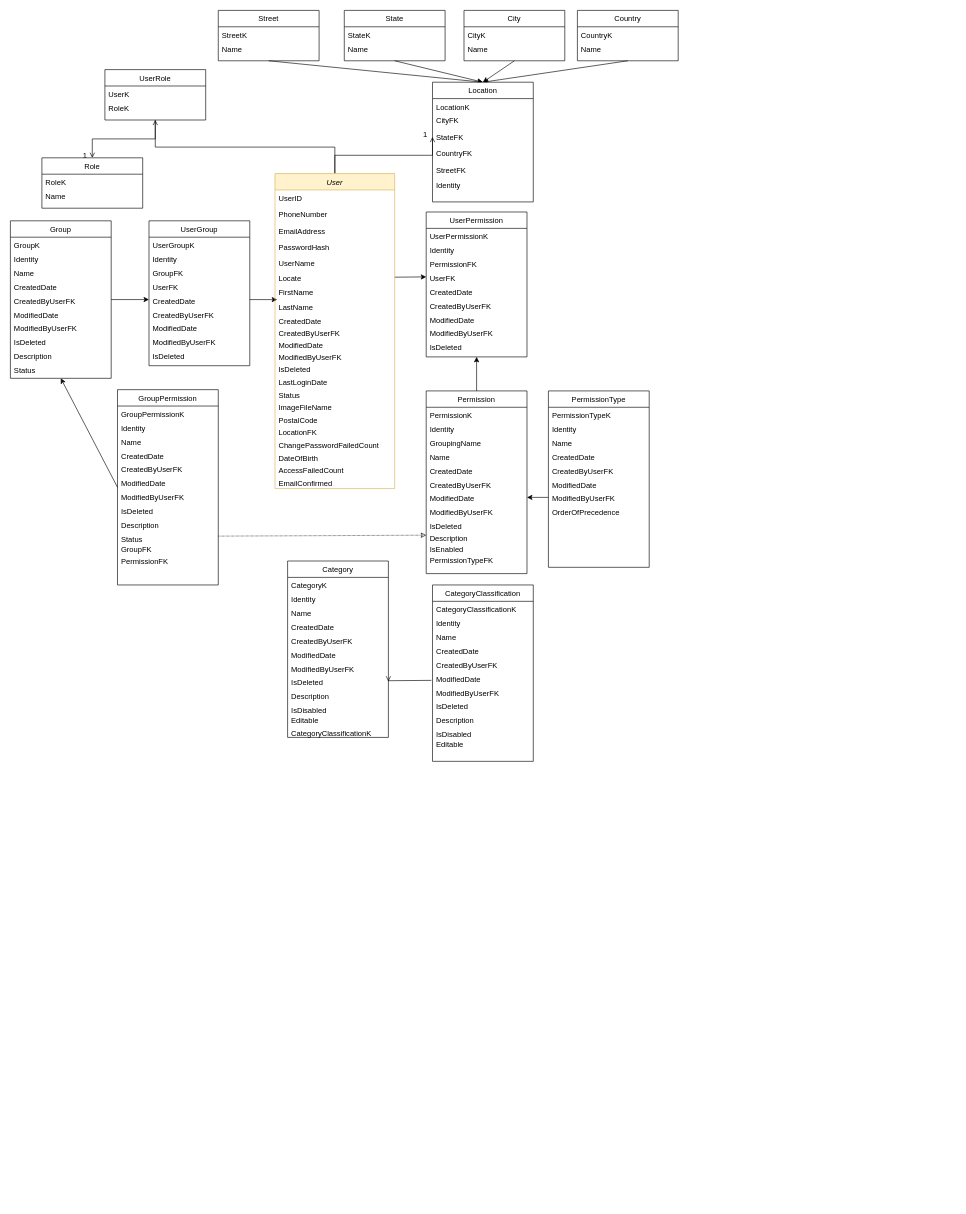
Earlier version of the draw.io diagram Untitled Diagram.drawio (KimPhiJSCDVLP/DemoGitHub). Source tidied: cells renumbered, new cells numbered last; positions are measured from the earlier drawing's top-left corner, leaving out a move shared by most shapes. Both pictures are drawn from the tidied source at 63%, with x=0, y=0 at pixel (10, 10).
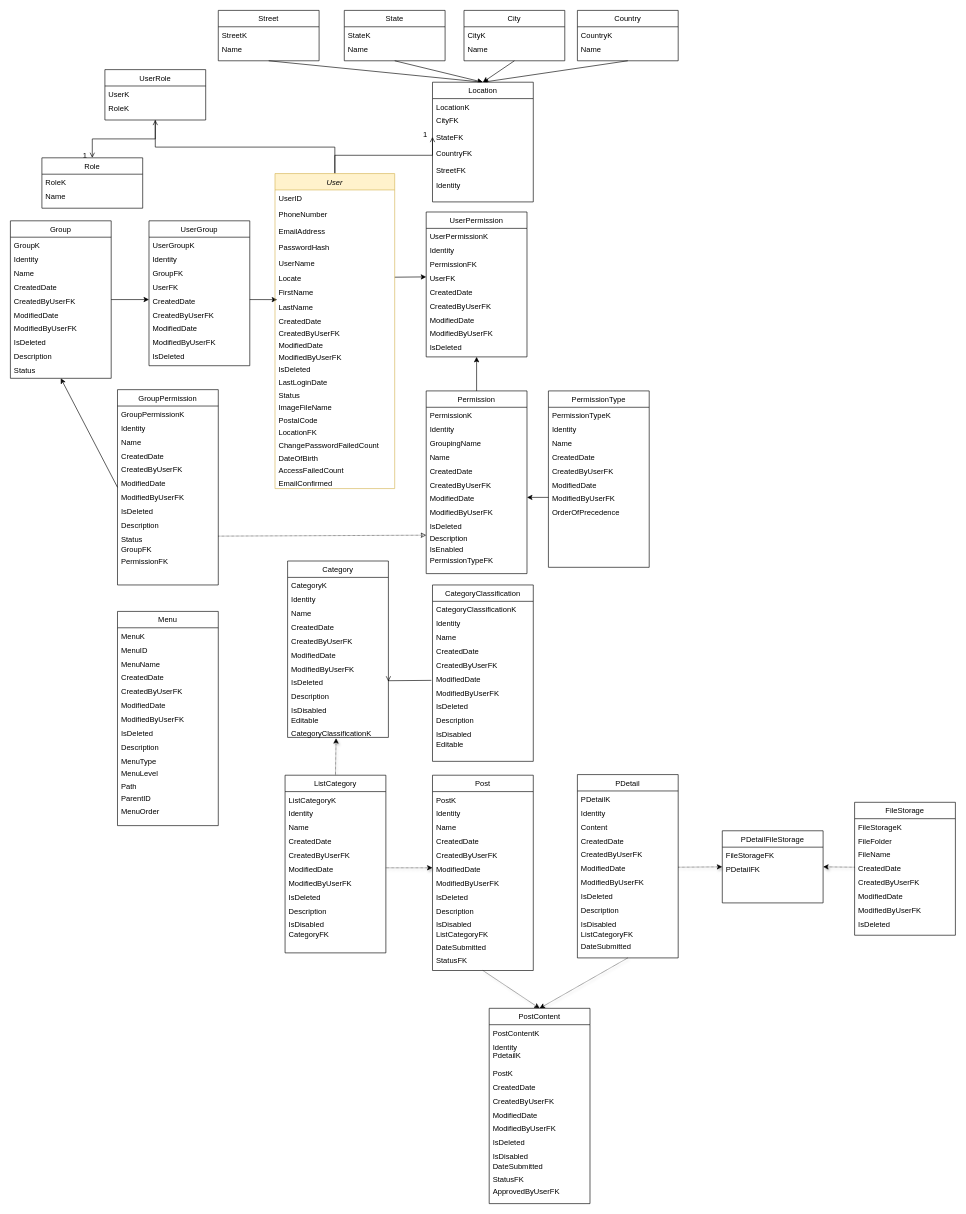
The same diagram, later.

Unchanged cells that the change refers to:
```xml
<mxCell id="144" value="CategoryClassificationK" style="text;align=left;verticalAlign=top;spacingLeft=4;spacingRight=4;overflow=hidden;points=[[0,0.5],[1,0.5]];portConstraint=eastwest;rounded=0;shadow=0;html=0;" parent="132" vertex="1">
  <mxGeometry y="260" width="160" height="20" as="geometry" />
</mxCell>
```

What changed in the source:
```diff
@@
+    <mxCell id="158" value="Menu" style="swimlane;fontStyle=0;align=center;verticalAlign=top;horizontal=1;startSize=26;rounded=0;shadow=0;strokeWidth=1;" parent="1" vertex="1">
+      <mxGeometry x="170" y="954" width="160" height="340" as="geometry" />
+    </mxCell>
+    <mxCell id="159" value="MenuK" style="text;align=left;verticalAlign=top;spacingLeft=4;spacingRight=4;overflow=hidden;" parent="158" vertex="1">
+      <mxGeometry y="26" width="160" height="22" as="geometry" />
+    </mxCell>
+    <mxCell id="160" value="MenuID" style="text;align=left;verticalAlign=top;spacingLeft=4;spacingRight=4;overflow=hidden;rounded=0;shadow=0;html=0;" parent="158" vertex="1">
+      <mxGeometry y="48" width="160" height="22" as="geometry" />
+    </mxCell>
+    <mxCell id="161" value="MenuName" style="text;align=left;verticalAlign=top;spacingLeft=4;spacingRight=4;overflow=hidden;rounded=0;shadow=0;html=0;" parent="158" vertex="1">
+      <mxGeometry y="70" width="160" height="22" as="geometry" />
+    </mxCell>
+    <mxCell id="162" value="CreatedDate" style="text;align=left;verticalAlign=top;spacingLeft=4;spacingRight=4;overflow=hidden;rounded=0;shadow=0;html=0;" parent="158" vertex="1">
+      <mxGeometry y="92" width="160" height="22" as="geometry" />
+    </mxCell>
+    <mxCell id="163" value="CreatedByUserFK" style="text;align=left;verticalAlign=top;spacingLeft=4;spacingRight=4;overflow=hidden;rounded=0;shadow=0;html=0;" parent="158" vertex="1">
+      <mxGeometry y="114" width="160" height="22" as="geometry" />
+    </mxCell>
+    <mxCell id="164" value="ModifiedDate" style="text;align=left;verticalAlign=top;spacingLeft=4;spacingRight=4;overflow=hidden;rounded=0;shadow=0;html=0;" parent="158" vertex="1">
+      <mxGeometry y="136" width="160" height="22" as="geometry" />
+    </mxCell>
+    <mxCell id="165" value="ModifiedByUserFK" style="text;align=left;verticalAlign=top;spacingLeft=4;spacingRight=4;overflow=hidden;rounded=0;shadow=0;html=0;" parent="158" vertex="1">
+      <mxGeometry y="158" width="160" height="22" as="geometry" />
+    </mxCell>
+    <mxCell id="166" value="IsDeleted" style="text;align=left;verticalAlign=top;spacingLeft=4;spacingRight=4;overflow=hidden;rounded=0;shadow=0;html=0;" parent="158" vertex="1">
+      <mxGeometry y="180" width="160" height="22" as="geometry" />
+    </mxCell>
+    <mxCell id="167" value="Description" style="text;align=left;verticalAlign=top;spacingLeft=4;spacingRight=4;overflow=hidden;rounded=0;shadow=0;html=0;" parent="158" vertex="1">
+      <mxGeometry y="202" width="160" height="22" as="geometry" />
+    </mxCell>
+    <mxCell id="168" value="MenuType" style="text;align=left;verticalAlign=top;spacingLeft=4;spacingRight=4;overflow=hidden;rounded=0;shadow=0;html=0;" parent="158" vertex="1">
+      <mxGeometry y="224" width="160" height="20" as="geometry" />
+    </mxCell>
+    <mxCell id="169" value="MenuLevel" style="text;align=left;verticalAlign=top;spacingLeft=4;spacingRight=4;overflow=hidden;rounded=0;shadow=0;html=0;" parent="158" vertex="1">
+      <mxGeometry y="244" width="160" height="20" as="geometry" />
+    </mxCell>
+    <mxCell id="170" value="Path" style="text;align=left;verticalAlign=top;spacingLeft=4;spacingRight=4;overflow=hidden;rounded=0;shadow=0;html=0;" parent="158" vertex="1">
+      <mxGeometry y="264" width="160" height="20" as="geometry" />
+    </mxCell>
+    <mxCell id="171" value="ParentID" style="text;align=left;verticalAlign=top;spacingLeft=4;spacingRight=4;overflow=hidden;rounded=0;shadow=0;html=0;" parent="158" vertex="1">
+      <mxGeometry y="284" width="160" height="20" as="geometry" />
+    </mxCell>
+    <mxCell id="172" value="MenuOrder" style="text;align=left;verticalAlign=top;spacingLeft=4;spacingRight=4;overflow=hidden;rounded=0;shadow=0;html=0;" parent="158" vertex="1">
+      <mxGeometry y="304" width="160" height="20" as="geometry" />
+    </mxCell>
+    <mxCell id="173" style="endArrow=classic;html=1;shadow=1;dashed=1;dashPattern=1 1;entryX=0.481;entryY=1.061;entryDx=0;entryDy=0;entryPerimeter=0;exitX=0.5;exitY=0;exitDx=0;exitDy=0;" parent="1" edge="1" source="203" target="144">
+      <mxGeometry relative="1" as="geometry" />
+    </mxCell>
+    <mxCell id="174" value="Post" style="swimlane;fontStyle=0;align=center;verticalAlign=top;horizontal=1;startSize=26;rounded=0;shadow=0;strokeWidth=1;" parent="1" vertex="1">
+      <mxGeometry x="670" y="1214" width="160" height="310" as="geometry" />
+    </mxCell>
+    <mxCell id="175" value="PostK" style="text;align=left;verticalAlign=top;spacingLeft=4;spacingRight=4;overflow=hidden;" parent="174" vertex="1">
+      <mxGeometry y="26" width="160" height="22" as="geometry" />
+    </mxCell>
+    <mxCell id="176" value="Identity" style="text;align=left;verticalAlign=top;spacingLeft=4;spacingRight=4;overflow=hidden;rounded=0;shadow=0;html=0;" parent="174" vertex="1">
+      <mxGeometry y="48" width="160" height="22" as="geometry" />
+    </mxCell>
+    <mxCell id="177" value="Name" style="text;align=left;verticalAlign=top;spacingLeft=4;spacingRight=4;overflow=hidden;rounded=0;shadow=0;html=0;" parent="174" vertex="1">
+      <mxGeometry y="70" width="160" height="22" as="geometry" />
+    </mxCell>
+    <mxCell id="178" value="CreatedDate" style="text;align=left;verticalAlign=top;spacingLeft=4;spacingRight=4;overflow=hidden;rounded=0;shadow=0;html=0;" parent="174" vertex="1">
+      <mxGeometry y="92" width="160" height="22" as="geometry" />
+    </mxCell>
+    <mxCell id="179" value="CreatedByUserFK" style="text;align=left;verticalAlign=top;spacingLeft=4;spacingRight=4;overflow=hidden;rounded=0;shadow=0;html=0;" parent="174" vertex="1">
+      <mxGeometry y="114" width="160" height="22" as="geometry" />
+    </mxCell>
+    <mxCell id="180" value="ModifiedDate" style="text;align=left;verticalAlign=top;spacingLeft=4;spacingRight=4;overflow=hidden;points=[[0,0.5],[1,0.5]];portConstraint=eastwest;rounded=0;shadow=0;html=0;" parent="174" vertex="1">
+      <mxGeometry y="136" width="160" height="22" as="geometry" />
+    </mxCell>
+    <mxCell id="181" value="ModifiedByUserFK" style="text;align=left;verticalAlign=top;spacingLeft=4;spacingRight=4;overflow=hidden;rounded=0;shadow=0;html=0;" parent="174" vertex="1">
+      <mxGeometry y="158" width="160" height="22" as="geometry" />
+    </mxCell>
+    <mxCell id="182" value="IsDeleted" style="text;align=left;verticalAlign=top;spacingLeft=4;spacingRight=4;overflow=hidden;rounded=0;shadow=0;html=0;" parent="174" vertex="1">
+      <mxGeometry y="180" width="160" height="22" as="geometry" />
+    </mxCell>
+    <mxCell id="183" value="Description" style="text;align=left;verticalAlign=top;spacingLeft=4;spacingRight=4;overflow=hidden;rounded=0;shadow=0;html=0;" parent="174" vertex="1">
+      <mxGeometry y="202" width="160" height="22" as="geometry" />
+    </mxCell>
+    <mxCell id="184" value="IsDisabled" style="text;align=left;verticalAlign=top;spacingLeft=4;spacingRight=4;overflow=hidden;rounded=0;shadow=0;html=0;" parent="174" vertex="1">
+      <mxGeometry y="224" width="160" height="16" as="geometry" />
+    </mxCell>
+    <mxCell id="185" value="ListCategoryFK" style="text;align=left;verticalAlign=top;spacingLeft=4;spacingRight=4;overflow=hidden;rounded=0;shadow=0;html=0;" parent="174" vertex="1">
+      <mxGeometry y="240" width="160" height="20" as="geometry" />
+    </mxCell>
+    <mxCell id="186" value="DateSubmitted" style="text;align=left;verticalAlign=top;spacingLeft=4;spacingRight=4;overflow=hidden;rounded=0;shadow=0;html=0;" parent="174" vertex="1">
+      <mxGeometry y="260" width="160" height="20" as="geometry" />
+    </mxCell>
+    <mxCell id="187" value="StatusFK" style="text;align=left;verticalAlign=top;spacingLeft=4;spacingRight=4;overflow=hidden;rounded=0;shadow=0;html=0;" parent="174" vertex="1">
+      <mxGeometry y="280" width="160" height="20" as="geometry" />
+    </mxCell>
+    <mxCell id="188" value="PDetail" style="swimlane;fontStyle=0;align=center;verticalAlign=top;horizontal=1;startSize=26;rounded=0;shadow=0;strokeWidth=1;" parent="1" vertex="1">
+      <mxGeometry x="900" y="1213" width="160" height="291" as="geometry" />
+    </mxCell>
+    <mxCell id="189" value="PDetailK" style="text;align=left;verticalAlign=top;spacingLeft=4;spacingRight=4;overflow=hidden;" parent="188" vertex="1">
+      <mxGeometry y="26" width="160" height="22" as="geometry" />
+    </mxCell>
+    <mxCell id="190" value="Identity" style="text;align=left;verticalAlign=top;spacingLeft=4;spacingRight=4;overflow=hidden;rounded=0;shadow=0;html=0;" parent="188" vertex="1">
+      <mxGeometry y="48" width="160" height="22" as="geometry" />
+    </mxCell>
+    <mxCell id="191" value="Content" style="text;align=left;verticalAlign=top;spacingLeft=4;spacingRight=4;overflow=hidden;rounded=0;shadow=0;html=0;" parent="188" vertex="1">
+      <mxGeometry y="70" width="160" height="22" as="geometry" />
+    </mxCell>
+    <mxCell id="192" value="CreatedDate" style="text;align=left;verticalAlign=top;spacingLeft=4;spacingRight=4;overflow=hidden;rounded=0;shadow=0;html=0;" parent="188" vertex="1">
+      <mxGeometry y="92" width="160" height="22" as="geometry" />
+    </mxCell>
+    <mxCell id="193" value="CreatedByUserFK" style="text;align=left;verticalAlign=top;spacingLeft=4;spacingRight=4;overflow=hidden;rounded=0;shadow=0;html=0;" parent="188" vertex="1">
+      <mxGeometry y="114" width="160" height="22" as="geometry" />
+    </mxCell>
+    <mxCell id="194" value="ModifiedDate" style="text;align=left;verticalAlign=top;spacingLeft=4;spacingRight=4;overflow=hidden;points=[[0,0.5],[1,0.5]];portConstraint=eastwest;rounded=0;shadow=0;html=0;" parent="188" vertex="1">
+      <mxGeometry y="136" width="160" height="22" as="geometry" />
+    </mxCell>
+    <mxCell id="195" value="ModifiedByUserFK" style="text;align=left;verticalAlign=top;spacingLeft=4;spacingRight=4;overflow=hidden;rounded=0;shadow=0;html=0;" parent="188" vertex="1">
+      <mxGeometry y="158" width="160" height="22" as="geometry" />
+    </mxCell>
+    <mxCell id="196" value="IsDeleted" style="text;align=left;verticalAlign=top;spacingLeft=4;spacingRight=4;overflow=hidden;rounded=0;shadow=0;html=0;" parent="188" vertex="1">
+      <mxGeometry y="180" width="160" height="22" as="geometry" />
+    </mxCell>
+    <mxCell id="197" value="Description" style="text;align=left;verticalAlign=top;spacingLeft=4;spacingRight=4;overflow=hidden;rounded=0;shadow=0;html=0;" parent="188" vertex="1">
+      <mxGeometry y="202" width="160" height="22" as="geometry" />
+    </mxCell>
+    <mxCell id="198" value="IsDisabled" style="text;align=left;verticalAlign=top;spacingLeft=4;spacingRight=4;overflow=hidden;rounded=0;shadow=0;html=0;" parent="188" vertex="1">
+      <mxGeometry y="224" width="160" height="16" as="geometry" />
+    </mxCell>
+    <mxCell id="199" value="ListCategoryFK" style="text;align=left;verticalAlign=top;spacingLeft=4;spacingRight=4;overflow=hidden;rounded=0;shadow=0;html=0;" parent="188" vertex="1">
+      <mxGeometry y="240" width="160" height="20" as="geometry" />
+    </mxCell>
+    <mxCell id="200" value="DateSubmitted" style="text;align=left;verticalAlign=top;spacingLeft=4;spacingRight=4;overflow=hidden;rounded=0;shadow=0;html=0;" parent="188" vertex="1">
+      <mxGeometry y="260" width="160" height="20" as="geometry" />
+    </mxCell>
+    <mxCell id="201" style="endArrow=classic;html=1;shadow=1;dashed=1;dashPattern=1 1;entryX=0.5;entryY=0;entryDx=0;entryDy=0;exitX=0.5;exitY=1;exitDx=0;exitDy=0;" parent="1" edge="1" source="188" target="216">
+      <mxGeometry relative="1" as="geometry" />
+    </mxCell>
+    <mxCell id="202" style="endArrow=classic;html=1;shadow=1;dashed=1;dashPattern=1 1;exitX=1;exitY=0.5;exitDx=0;exitDy=0;entryX=0;entryY=0.5;entryDx=0;entryDy=0;" parent="1" edge="1" source="209" target="180">
+      <mxGeometry relative="1" as="geometry" />
+    </mxCell>
+    <mxCell id="203" value="ListCategory" style="swimlane;fontStyle=0;align=center;verticalAlign=top;horizontal=1;startSize=26;rounded=0;shadow=0;strokeWidth=1;" parent="1" vertex="1">
+      <mxGeometry x="436" y="1214" width="160" height="282" as="geometry" />
+    </mxCell>
+    <mxCell id="204" value="ListCategoryK" style="text;align=left;verticalAlign=top;spacingLeft=4;spacingRight=4;overflow=hidden;" parent="203" vertex="1">
+      <mxGeometry y="26" width="160" height="22" as="geometry" />
+    </mxCell>
+    <mxCell id="205" value="Identity" style="text;align=left;verticalAlign=top;spacingLeft=4;spacingRight=4;overflow=hidden;rounded=0;shadow=0;html=0;" parent="203" vertex="1">
+      <mxGeometry y="48" width="160" height="22" as="geometry" />
+    </mxCell>
+    <mxCell id="206" value="Name" style="text;align=left;verticalAlign=top;spacingLeft=4;spacingRight=4;overflow=hidden;rounded=0;shadow=0;html=0;" parent="203" vertex="1">
+      <mxGeometry y="70" width="160" height="22" as="geometry" />
+    </mxCell>
+    <mxCell id="207" value="CreatedDate" style="text;align=left;verticalAlign=top;spacingLeft=4;spacingRight=4;overflow=hidden;rounded=0;shadow=0;html=0;" parent="203" vertex="1">
+      <mxGeometry y="92" width="160" height="22" as="geometry" />
+    </mxCell>
+    <mxCell id="208" value="CreatedByUserFK" style="text;align=left;verticalAlign=top;spacingLeft=4;spacingRight=4;overflow=hidden;rounded=0;shadow=0;html=0;" parent="203" vertex="1">
+      <mxGeometry y="114" width="160" height="22" as="geometry" />
+    </mxCell>
+    <mxCell id="209" value="ModifiedDate" style="text;align=left;verticalAlign=top;spacingLeft=4;spacingRight=4;overflow=hidden;points=[[0,0.5],[1,0.5]];portConstraint=eastwest;rounded=0;shadow=0;html=0;" parent="203" vertex="1">
+      <mxGeometry y="136" width="160" height="22" as="geometry" />
+    </mxCell>
+    <mxCell id="210" value="ModifiedByUserFK" style="text;align=left;verticalAlign=top;spacingLeft=4;spacingRight=4;overflow=hidden;rounded=0;shadow=0;html=0;" parent="203" vertex="1">
+      <mxGeometry y="158" width="160" height="22" as="geometry" />
+    </mxCell>
+    <mxCell id="211" value="IsDeleted" style="text;align=left;verticalAlign=top;spacingLeft=4;spacingRight=4;overflow=hidden;rounded=0;shadow=0;html=0;" parent="203" vertex="1">
+      <mxGeometry y="180" width="160" height="22" as="geometry" />
+    </mxCell>
+    <mxCell id="212" value="Description" style="text;align=left;verticalAlign=top;spacingLeft=4;spacingRight=4;overflow=hidden;rounded=0;shadow=0;html=0;" parent="203" vertex="1">
+      <mxGeometry y="202" width="160" height="22" as="geometry" />
+    </mxCell>
+    <mxCell id="213" value="IsDisabled" style="text;align=left;verticalAlign=top;spacingLeft=4;spacingRight=4;overflow=hidden;rounded=0;shadow=0;html=0;" parent="203" vertex="1">
+      <mxGeometry y="224" width="160" height="16" as="geometry" />
+    </mxCell>
+    <mxCell id="214" value="CategoryFK" style="text;align=left;verticalAlign=top;spacingLeft=4;spacingRight=4;overflow=hidden;rounded=0;shadow=0;html=0;" parent="203" vertex="1">
+      <mxGeometry y="240" width="160" height="20" as="geometry" />
+    </mxCell>
+    <mxCell id="215" style="endArrow=classic;html=1;shadow=1;dashed=1;dashPattern=1 1;exitX=0.5;exitY=1;exitDx=0;exitDy=0;entryX=0.5;entryY=0;entryDx=0;entryDy=0;" parent="1" edge="1" source="174" target="216">
+      <mxGeometry relative="1" as="geometry" />
+    </mxCell>
+    <mxCell id="216" value="PostContent" style="swimlane;fontStyle=0;align=center;verticalAlign=top;horizontal=1;startSize=26;rounded=0;shadow=0;strokeWidth=1;" parent="1" vertex="1">
+      <mxGeometry x="760" y="1584" width="160" height="310" as="geometry" />
+    </mxCell>
+    <mxCell id="217" value="PostContentK" style="text;align=left;verticalAlign=top;spacingLeft=4;spacingRight=4;overflow=hidden;" parent="216" vertex="1">
+      <mxGeometry y="26" width="160" height="22" as="geometry" />
+    </mxCell>
+    <mxCell id="218" value="Identity&#10;PdetailK" style="text;align=left;verticalAlign=top;spacingLeft=4;spacingRight=4;overflow=hidden;rounded=0;shadow=0;html=0;" parent="216" vertex="1">
+      <mxGeometry y="48" width="160" height="42" as="geometry" />
+    </mxCell>
+    <mxCell id="219" value="PostK" style="text;align=left;verticalAlign=top;spacingLeft=4;spacingRight=4;overflow=hidden;rounded=0;shadow=0;html=0;" parent="216" vertex="1">
+      <mxGeometry y="90" width="160" height="22" as="geometry" />
+    </mxCell>
+    <mxCell id="220" value="CreatedDate" style="text;align=left;verticalAlign=top;spacingLeft=4;spacingRight=4;overflow=hidden;rounded=0;shadow=0;html=0;" parent="216" vertex="1">
+      <mxGeometry y="112" width="160" height="22" as="geometry" />
+    </mxCell>
+    <mxCell id="221" value="CreatedByUserFK" style="text;align=left;verticalAlign=top;spacingLeft=4;spacingRight=4;overflow=hidden;rounded=0;shadow=0;html=0;" parent="216" vertex="1">
+      <mxGeometry y="134" width="160" height="22" as="geometry" />
+    </mxCell>
+    <mxCell id="222" value="ModifiedDate" style="text;align=left;verticalAlign=top;spacingLeft=4;spacingRight=4;overflow=hidden;rounded=0;shadow=0;html=0;" parent="216" vertex="1">
+      <mxGeometry y="156" width="160" height="22" as="geometry" />
+    </mxCell>
+    <mxCell id="223" value="ModifiedByUserFK" style="text;align=left;verticalAlign=top;spacingLeft=4;spacingRight=4;overflow=hidden;rounded=0;shadow=0;html=0;" parent="216" vertex="1">
+      <mxGeometry y="178" width="160" height="22" as="geometry" />
+    </mxCell>
+    <mxCell id="224" value="IsDeleted" style="text;align=left;verticalAlign=top;spacingLeft=4;spacingRight=4;overflow=hidden;rounded=0;shadow=0;html=0;" parent="216" vertex="1">
+      <mxGeometry y="200" width="160" height="22" as="geometry" />
+    </mxCell>
+    <mxCell id="225" value="IsDisabled" style="text;align=left;verticalAlign=top;spacingLeft=4;spacingRight=4;overflow=hidden;rounded=0;shadow=0;html=0;" parent="216" vertex="1">
+      <mxGeometry y="222" width="160" height="16" as="geometry" />
+    </mxCell>
+    <mxCell id="226" value="DateSubmitted" style="text;align=left;verticalAlign=top;spacingLeft=4;spacingRight=4;overflow=hidden;rounded=0;shadow=0;html=0;" parent="216" vertex="1">
+      <mxGeometry y="238" width="160" height="20" as="geometry" />
+    </mxCell>
+    <mxCell id="227" value="StatusFK" style="text;align=left;verticalAlign=top;spacingLeft=4;spacingRight=4;overflow=hidden;rounded=0;shadow=0;html=0;" parent="216" vertex="1">
+      <mxGeometry y="258" width="160" height="20" as="geometry" />
+    </mxCell>
+    <mxCell id="228" value="ApprovedByUserFK" style="text;align=left;verticalAlign=top;spacingLeft=4;spacingRight=4;overflow=hidden;rounded=0;shadow=0;html=0;" parent="216" vertex="1">
+      <mxGeometry y="278" width="160" height="20" as="geometry" />
+    </mxCell>
+    <mxCell id="229" value="FileStorage" style="swimlane;fontStyle=0;align=center;verticalAlign=top;horizontal=1;startSize=26;rounded=0;shadow=0;strokeWidth=1;" parent="1" vertex="1">
+      <mxGeometry x="1340" y="1257" width="160" height="211" as="geometry" />
+    </mxCell>
+    <mxCell id="230" value="FileStorageK" style="text;align=left;verticalAlign=top;spacingLeft=4;spacingRight=4;overflow=hidden;" parent="229" vertex="1">
+      <mxGeometry y="26" width="160" height="22" as="geometry" />
+    </mxCell>
+    <mxCell id="231" value="FileFolder" style="text;align=left;verticalAlign=top;spacingLeft=4;spacingRight=4;overflow=hidden;rounded=0;shadow=0;html=0;" parent="229" vertex="1">
+      <mxGeometry y="48" width="160" height="22" as="geometry" />
+    </mxCell>
+    <mxCell id="232" value="FileName" style="text;align=left;verticalAlign=top;spacingLeft=4;spacingRight=4;overflow=hidden;rounded=0;shadow=0;html=0;" parent="229" vertex="1">
+      <mxGeometry y="70" width="160" height="22" as="geometry" />
+    </mxCell>
+    <mxCell id="233" value="CreatedDate" style="text;align=left;verticalAlign=top;spacingLeft=4;spacingRight=4;overflow=hidden;points=[[0,0.5],[1,0.5]];portConstraint=eastwest;rounded=0;shadow=0;html=0;" parent="229" vertex="1">
+      <mxGeometry y="92" width="160" height="22" as="geometry" />
+    </mxCell>
+    <mxCell id="234" value="CreatedByUserFK" style="text;align=left;verticalAlign=top;spacingLeft=4;spacingRight=4;overflow=hidden;rounded=0;shadow=0;html=0;" parent="229" vertex="1">
+      <mxGeometry y="114" width="160" height="22" as="geometry" />
+    </mxCell>
+    <mxCell id="235" value="ModifiedDate" style="text;align=left;verticalAlign=top;spacingLeft=4;spacingRight=4;overflow=hidden;rounded=0;shadow=0;html=0;" parent="229" vertex="1">
+      <mxGeometry y="136" width="160" height="22" as="geometry" />
+    </mxCell>
+    <mxCell id="236" value="ModifiedByUserFK" style="text;align=left;verticalAlign=top;spacingLeft=4;spacingRight=4;overflow=hidden;rounded=0;shadow=0;html=0;" parent="229" vertex="1">
+      <mxGeometry y="158" width="160" height="22" as="geometry" />
+    </mxCell>
+    <mxCell id="237" value="IsDeleted" style="text;align=left;verticalAlign=top;spacingLeft=4;spacingRight=4;overflow=hidden;rounded=0;shadow=0;html=0;" parent="229" vertex="1">
+      <mxGeometry y="180" width="160" height="22" as="geometry" />
+    </mxCell>
+    <mxCell id="238" style="endArrow=classic;html=1;shadow=1;dashed=1;dashPattern=1 1;exitX=1;exitY=0.5;exitDx=0;exitDy=0;entryX=0;entryY=0.5;entryDx=0;entryDy=0;" parent="1" edge="1" source="194" target="239">
+      <mxGeometry relative="1" as="geometry" />
+    </mxCell>
+    <mxCell id="239" value="PDetailFileStorage" style="swimlane;fontStyle=0;align=center;verticalAlign=top;horizontal=1;startSize=26;rounded=0;shadow=0;strokeWidth=1;" parent="1" vertex="1">
+      <mxGeometry x="1130" y="1302.2" width="160" height="114.5" as="geometry" />
+    </mxCell>
+    <mxCell id="240" value="FileStorageFK" style="text;align=left;verticalAlign=top;spacingLeft=4;spacingRight=4;overflow=hidden;" parent="239" vertex="1">
+      <mxGeometry y="26" width="160" height="22" as="geometry" />
+    </mxCell>
+    <mxCell id="241" value="PDetailFK" style="text;align=left;verticalAlign=top;spacingLeft=4;spacingRight=4;overflow=hidden;rounded=0;shadow=0;html=0;" parent="239" vertex="1">
+      <mxGeometry y="48" width="160" height="22" as="geometry" />
+    </mxCell>
+    <mxCell id="242" style="endArrow=classic;html=1;shadow=1;dashed=1;dashPattern=1 1;exitX=0;exitY=0.5;exitDx=0;exitDy=0;entryX=1;entryY=0.5;entryDx=0;entryDy=0;" parent="1" edge="1" source="233" target="239">
+      <mxGeometry relative="1" as="geometry" />
+    </mxCell>
```
